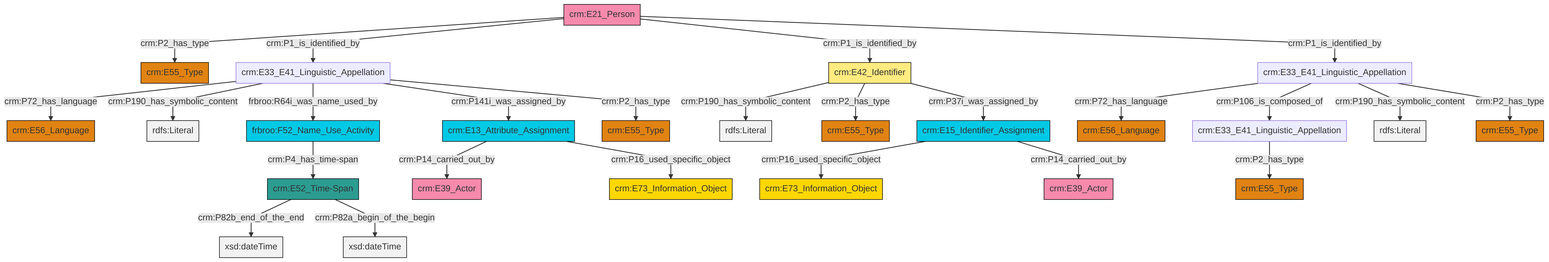
This is et/personCSV/ttl/mmd/png/Person_Names_and_Classification.png from swiss-art-research-net/docs.swissartresearch, a Mermaid export, as it was before one commit. Its source is kept beside it as et/personCSV/ttl/mmd/Person_Names_and_Classification.ttl.mmd.
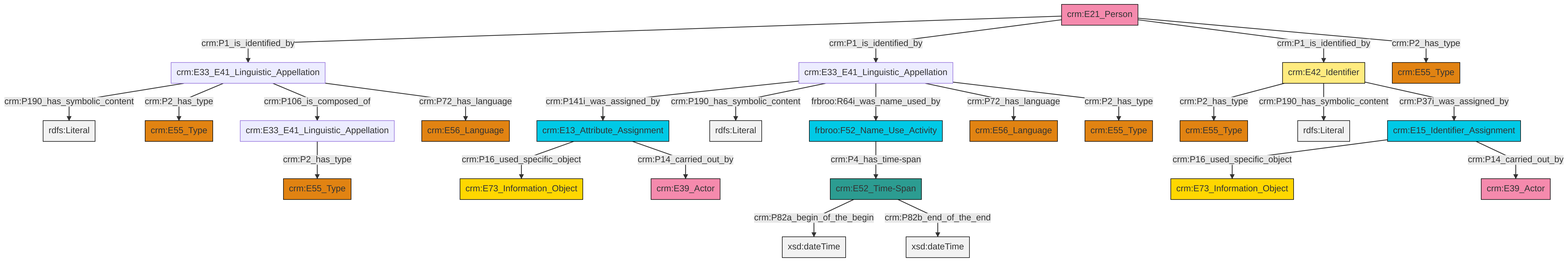
After the change.

Change to the diagram source:
```diff
@@ -13,27 +13,27 @@
 classDef PC_Classes fill:#4ce600, stroke:#000000;
 classDef Multi fill:#cccccc,stroke:#000000;
 
-0["crm:E33_E41_Linguistic_Appellation"]:::Default -->|crm:P72_has_language| 1["crm:E56_Language"]:::Type
-2["crm:E21_Person"]:::Actor -->|crm:P2_has_type| 6["crm:E55_Type"]:::Type
-9["crm:E42_Identifier"]:::Appellation -->|crm:P190_has_symbolic_content| 10[rdfs:Literal]:::Literal
-11["frbroo:F52_Name_Use_Activity"]:::Temporal_Entity -->|crm:P4_has_time-span| 12["crm:E52_Time-Span"]:::Time-Span
-15["crm:E13_Attribute_Assignment"]:::Temporal_Entity -->|crm:P14_carried_out_by| 13["crm:E39_Actor"]:::Actor
-2["crm:E21_Person"]:::Actor -->|crm:P1_is_identified_by| 16["crm:E33_E41_Linguistic_Appellation"]:::Default
-12["crm:E52_Time-Span"]:::Time-Span -->|crm:P82b_end_of_the_end| 17[xsd:dateTime]:::Literal
-16["crm:E33_E41_Linguistic_Appellation"]:::Default -->|crm:P72_has_language| 18["crm:E56_Language"]:::Type
-12["crm:E52_Time-Span"]:::Time-Span -->|crm:P82a_begin_of_the_begin| 19[xsd:dateTime]:::Literal
-16["crm:E33_E41_Linguistic_Appellation"]:::Default -->|crm:P190_has_symbolic_content| 20[rdfs:Literal]:::Literal
-0["crm:E33_E41_Linguistic_Appellation"]:::Default -->|crm:P106_is_composed_of| 25["crm:E33_E41_Linguistic_Appellation"]:::Default
-16["crm:E33_E41_Linguistic_Appellation"]:::Default -->|frbroo:R64i_was_name_used_by| 11["frbroo:F52_Name_Use_Activity"]:::Temporal_Entity
-25["crm:E33_E41_Linguistic_Appellation"]:::Default -->|crm:P2_has_type| 28["crm:E55_Type"]:::Type
-7["crm:E15_Identifier_Assignment"]:::Temporal_Entity -->|crm:P16_used_specific_object| 29["crm:E73_Information_Object"]:::Conceptual_Object
-16["crm:E33_E41_Linguistic_Appellation"]:::Default -->|crm:P141i_was_assigned_by| 15["crm:E13_Attribute_Assignment"]:::Temporal_Entity
-9["crm:E42_Identifier"]:::Appellation -->|crm:P2_has_type| 34["crm:E55_Type"]:::Type
-2["crm:E21_Person"]:::Actor -->|crm:P1_is_identified_by| 9["crm:E42_Identifier"]:::Appellation
-0["crm:E33_E41_Linguistic_Appellation"]:::Default -->|crm:P190_has_symbolic_content| 35[rdfs:Literal]:::Literal
-9["crm:E42_Identifier"]:::Appellation -->|crm:P37i_was_assigned_by| 7["crm:E15_Identifier_Assignment"]:::Temporal_Entity
-16["crm:E33_E41_Linguistic_Appellation"]:::Default -->|crm:P2_has_type| 32["crm:E55_Type"]:::Type
-7["crm:E15_Identifier_Assignment"]:::Temporal_Entity -->|crm:P14_carried_out_by| 4["crm:E39_Actor"]:::Actor
-15["crm:E13_Attribute_Assignment"]:::Temporal_Entity -->|crm:P16_used_specific_object| 43["crm:E73_Information_Object"]:::Conceptual_Object
-0["crm:E33_E41_Linguistic_Appellation"]:::Default -->|crm:P2_has_type| 22["crm:E55_Type"]:::Type
-2["crm:E21_Person"]:::Actor -->|crm:P1_is_identified_by| 0["crm:E33_E41_Linguistic_Appellation"]:::Default
+4["crm:E42_Identifier"]:::Appellation -->|crm:P2_has_type| 5["crm:E55_Type"]:::Type
+6["crm:E52_Time-Span"]:::Time-Span -->|crm:P82a_begin_of_the_begin| 7[xsd:dateTime]:::Literal
+9["crm:E33_E41_Linguistic_Appellation"]:::Default -->|crm:P141i_was_assigned_by| 10["crm:E13_Attribute_Assignment"]:::Temporal_Entity
+0["crm:E33_E41_Linguistic_Appellation"]:::Default -->|crm:P190_has_symbolic_content| 11[rdfs:Literal]:::Literal
+10["crm:E13_Attribute_Assignment"]:::Temporal_Entity -->|crm:P16_used_specific_object| 12["crm:E73_Information_Object"]:::Conceptual_Object
+15["crm:E33_E41_Linguistic_Appellation"]:::Default -->|crm:P2_has_type| 16["crm:E55_Type"]:::Type
+9["crm:E33_E41_Linguistic_Appellation"]:::Default -->|crm:P190_has_symbolic_content| 17[rdfs:Literal]:::Literal
+4["crm:E42_Identifier"]:::Appellation -->|crm:P190_has_symbolic_content| 18[rdfs:Literal]:::Literal
+0["crm:E33_E41_Linguistic_Appellation"]:::Default -->|crm:P2_has_type| 21["crm:E55_Type"]:::Type
+25["crm:E21_Person"]:::Actor -->|crm:P1_is_identified_by| 0["crm:E33_E41_Linguistic_Appellation"]:::Default
+10["crm:E13_Attribute_Assignment"]:::Temporal_Entity -->|crm:P14_carried_out_by| 23["crm:E39_Actor"]:::Actor
+4["crm:E42_Identifier"]:::Appellation -->|crm:P37i_was_assigned_by| 29["crm:E15_Identifier_Assignment"]:::Temporal_Entity
+2["frbroo:F52_Name_Use_Activity"]:::Temporal_Entity -->|crm:P4_has_time-span| 6["crm:E52_Time-Span"]:::Time-Span
+29["crm:E15_Identifier_Assignment"]:::Temporal_Entity -->|crm:P16_used_specific_object| 26["crm:E73_Information_Object"]:::Conceptual_Object
+9["crm:E33_E41_Linguistic_Appellation"]:::Default -->|frbroo:R64i_was_name_used_by| 2["frbroo:F52_Name_Use_Activity"]:::Temporal_Entity
+25["crm:E21_Person"]:::Actor -->|crm:P1_is_identified_by| 9["crm:E33_E41_Linguistic_Appellation"]:::Default
+25["crm:E21_Person"]:::Actor -->|crm:P1_is_identified_by| 4["crm:E42_Identifier"]:::Appellation
+0["crm:E33_E41_Linguistic_Appellation"]:::Default -->|crm:P106_is_composed_of| 15["crm:E33_E41_Linguistic_Appellation"]:::Default
+9["crm:E33_E41_Linguistic_Appellation"]:::Default -->|crm:P72_has_language| 33["crm:E56_Language"]:::Type
+0["crm:E33_E41_Linguistic_Appellation"]:::Default -->|crm:P72_has_language| 19["crm:E56_Language"]:::Type
+6["crm:E52_Time-Span"]:::Time-Span -->|crm:P82b_end_of_the_end| 40[xsd:dateTime]:::Literal
+9["crm:E33_E41_Linguistic_Appellation"]:::Default -->|crm:P2_has_type| 35["crm:E55_Type"]:::Type
+25["crm:E21_Person"]:::Actor -->|crm:P2_has_type| 13["crm:E55_Type"]:::Type
+29["crm:E15_Identifier_Assignment"]:::Temporal_Entity -->|crm:P14_carried_out_by| 37["crm:E39_Actor"]:::Actor
```
